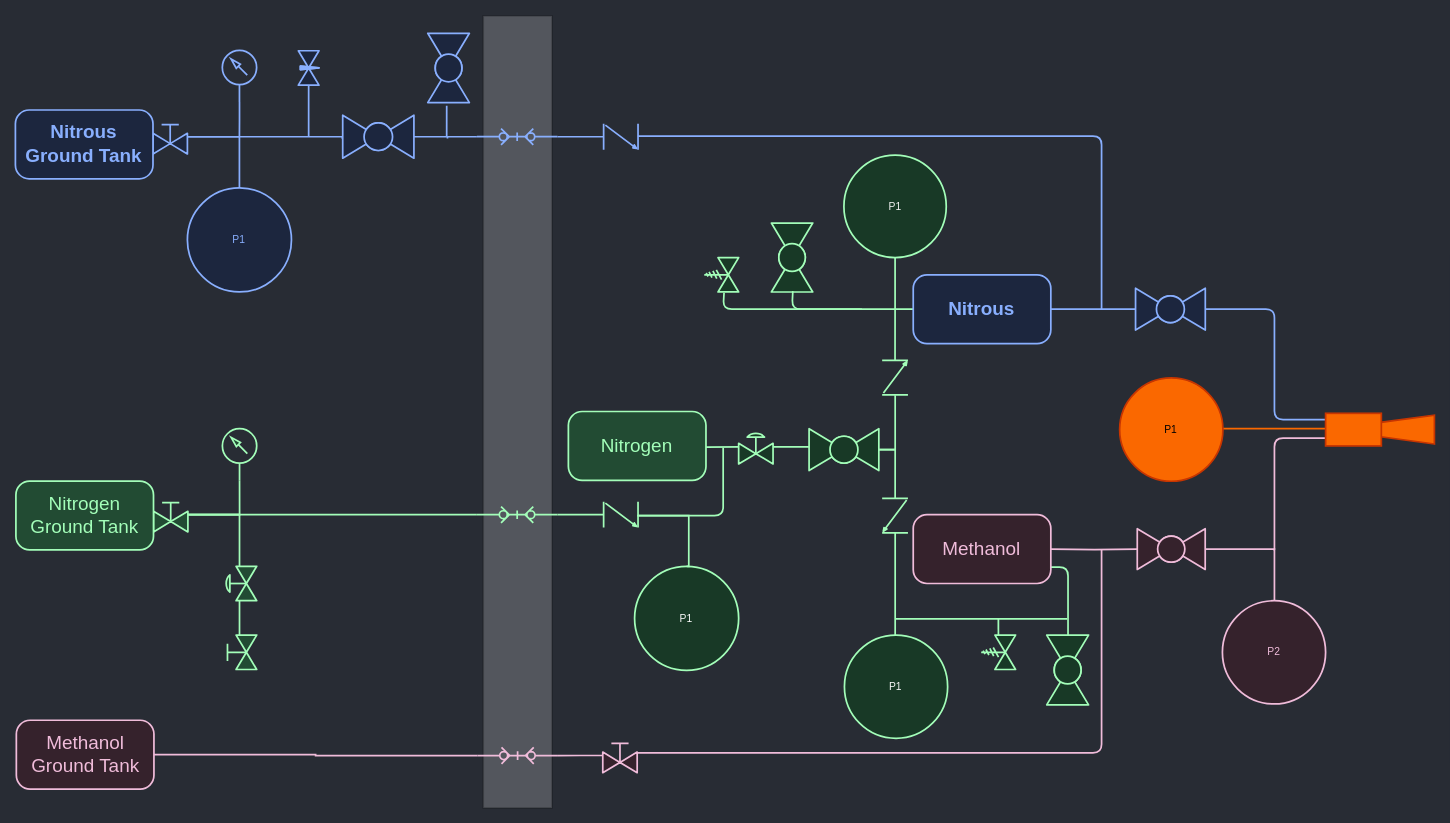
This is page "Simplified" (1 of 2) of CombinedPID.drawio from icl-rocketry/Propulsion-PIDs, a draw.io file, before an edit. Source tidied: cells renumbered, new cells numbered last; positions are measured from the earlier drawing's top-left corner, leaving out a move shared by most shapes. Both pictures are drawn from the tidied source at 86%, with x=0, y=0 at pixel (15, 15).
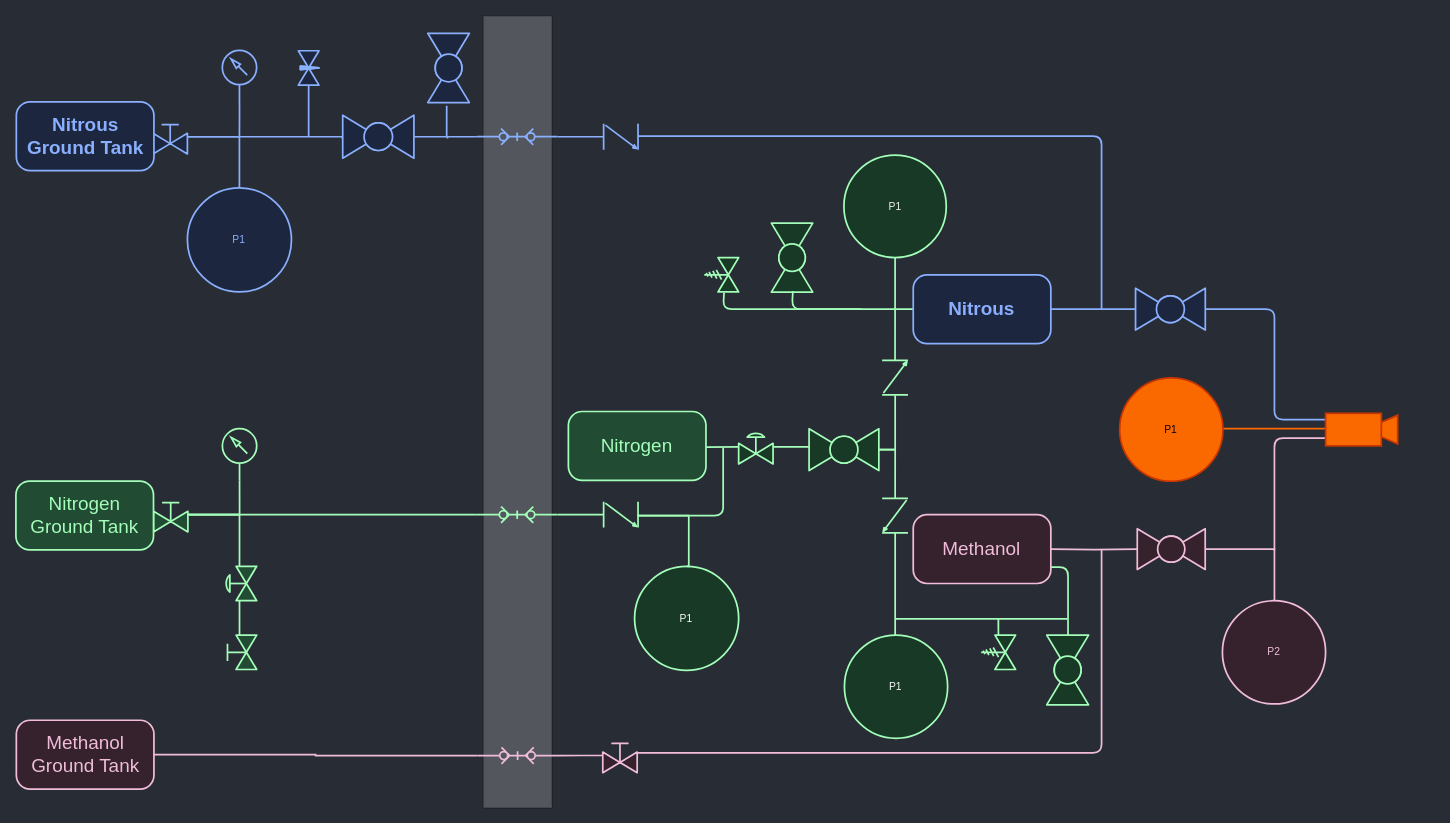
After the change.

The edit, as a diff of the source:
```diff
@@
-<mxGraphModel background="#282c34">
+<mxGraphModel background="#282C34">
@@
     <mxCell id="51" style="verticalLabelPosition=bottom;align=center;html=1;verticalAlign=top;dashed=0;shape=mxgraph.pid2valves.valve;valveType=ball;rotation=-90;fillColor=#183926;strokeColor=#A3FEB9;strokeWidth=2;" parent="1" vertex="1">
-      <mxGeometry x="863.4" y="256.9" width="80.2" height="48.1" as="geometry" />
+      <mxGeometry x="863.4" y="257" width="80.2" height="48.1" as="geometry" />
     </mxCell>
@@
     <mxCell id="56" style="verticalLabelPosition=bottom;align=center;dashed=0;html=1;verticalAlign=top;shape=mxgraph.pid.piping.concentric_reducer;rotation=-180;fillColor=#fa6800;strokeWidth=2;fontColor=#000000;strokeColor=#C73500;" parent="1" vertex="1">
-      <mxGeometry x="1588.3" y="464.2" width="62.1" height="33.6" as="geometry" />
+      <mxGeometry x="1588.3" y="464.2" width="19.4" height="33.6" as="geometry" />
     </mxCell>
@@
     <mxCell id="67" value="Nitrous Ground Tank" style="rounded=1;whiteSpace=wrap;html=1;arcSize=20;fillColor=#1C263E;strokeColor=#89AFFE;fontColor=#89AFFE;fontStyle=1;fontSize=22;strokeWidth=2;" parent="1" vertex="1">
-      <mxGeometry x="0.4" y="109.4" width="160" height="80" as="geometry" />
+      <mxGeometry x="1.5" y="100" width="160" height="80" as="geometry" />
     </mxCell>
```
